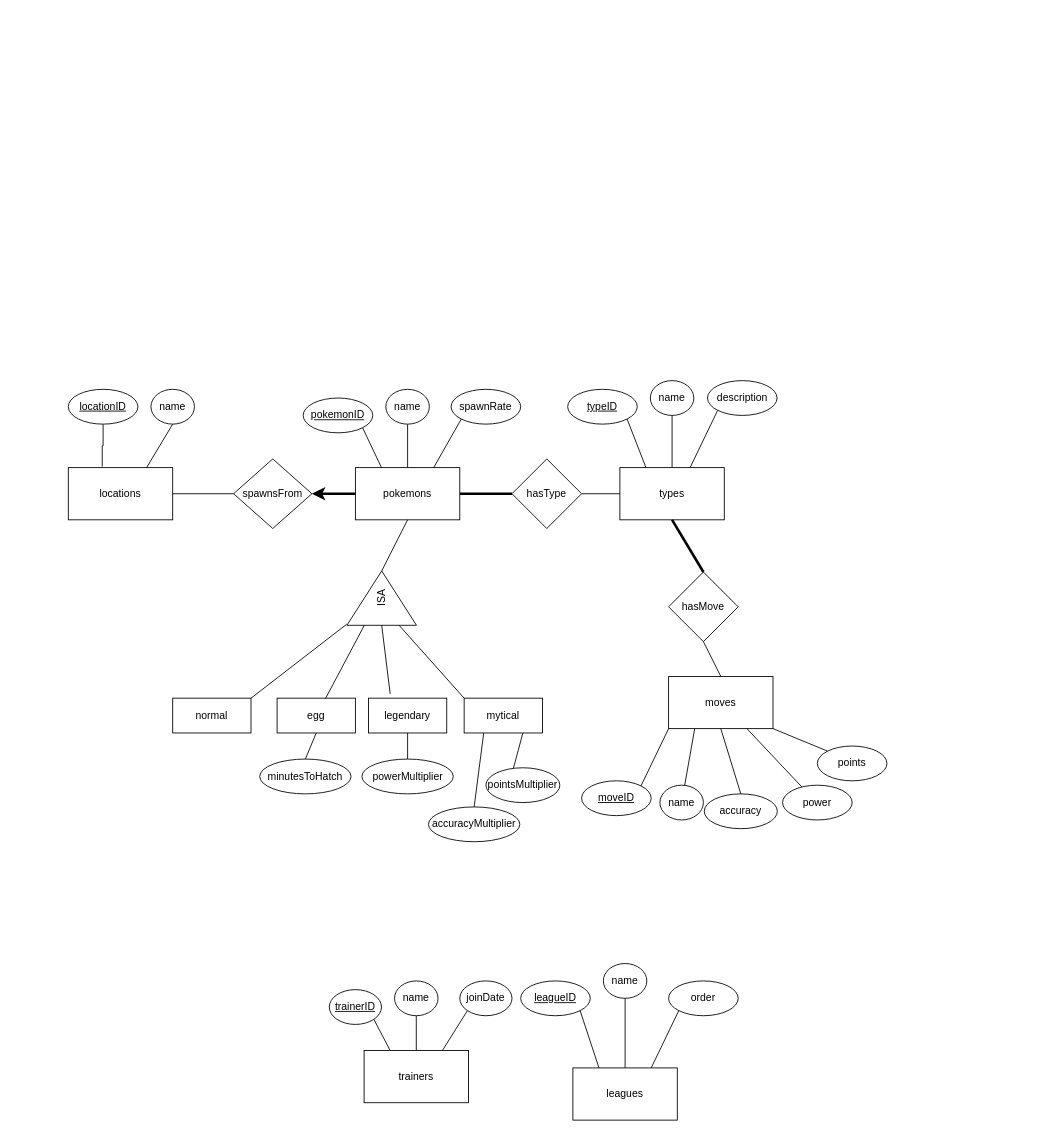
This is pokemonDB.drawio from apoionuz/ceng302, a draw.io file, before an edit. Source tidied: cells renumbered, new cells numbered last; positions are measured from the earlier drawing's top-left corner, leaving out a move shared by most shapes. Both pictures are drawn from the tidied source at 87%, with x=0, y=0 at pixel (68, 380).
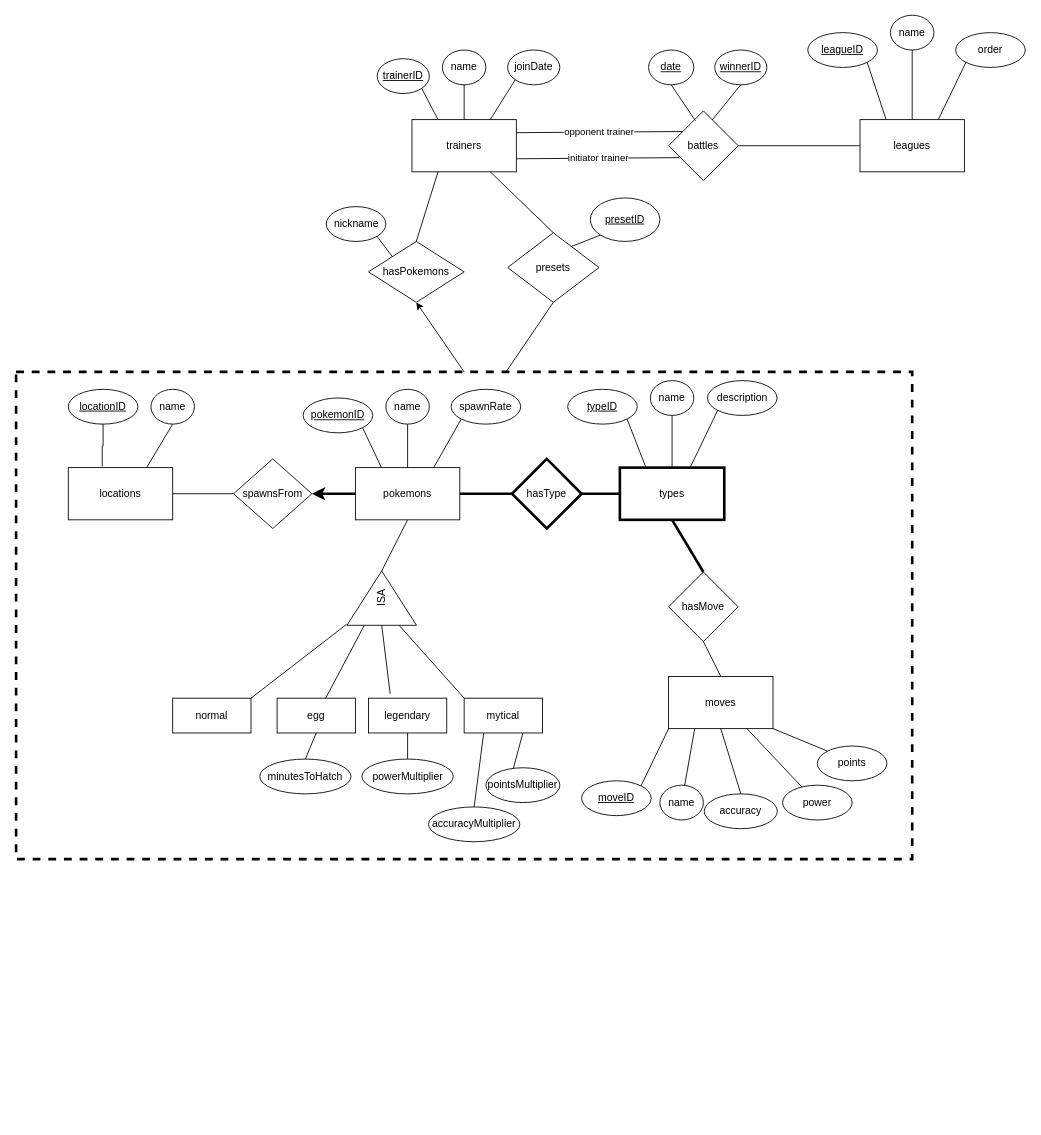
After the change.

Diff of the diagram source:
```diff
@@
     <mxCell id="2" value="trainers" style="rounded=0;whiteSpace=wrap;html=1;" parent="1" vertex="1">
-      <mxGeometry x="340" y="770" width="120" height="60" as="geometry" />
+      <mxGeometry x="395" y="-300" width="120" height="60" as="geometry" />
     </mxCell>
     <mxCell id="3" value="&lt;u&gt;trainerID&lt;/u&gt;" style="ellipse;whiteSpace=wrap;html=1;" parent="1" vertex="1">
-      <mxGeometry x="300" y="700" width="60" height="40" as="geometry" />
+      <mxGeometry x="355" y="-370" width="60" height="40" as="geometry" />
     </mxCell>
@@
     <mxCell id="6" value="name" style="ellipse;whiteSpace=wrap;html=1;" parent="1" vertex="1">
-      <mxGeometry x="375" y="690" width="50" height="40" as="geometry" />
+      <mxGeometry x="430" y="-380" width="50" height="40" as="geometry" />
     </mxCell>
     <mxCell id="7" value="joinDate" style="ellipse;whiteSpace=wrap;html=1;" parent="1" vertex="1">
-      <mxGeometry x="450" y="690" width="60" height="40" as="geometry" />
+      <mxGeometry x="505" y="-380" width="60" height="40" as="geometry" />
     </mxCell>
@@
     <mxCell id="16" value="leagues" style="rounded=0;whiteSpace=wrap;html=1;" parent="1" vertex="1">
-      <mxGeometry x="580" y="790" width="120" height="60" as="geometry" />
+      <mxGeometry x="910" y="-300" width="120" height="60" as="geometry" />
     </mxCell>
     <mxCell id="17" value="&lt;u&gt;leagueID&lt;/u&gt;" style="ellipse;whiteSpace=wrap;html=1;" parent="1" vertex="1">
-      <mxGeometry x="520" y="690" width="80" height="40" as="geometry" />
+      <mxGeometry x="850" y="-400" width="80" height="40" as="geometry" />
     </mxCell>
@@
     <mxCell id="20" value="name" style="ellipse;whiteSpace=wrap;html=1;" parent="1" vertex="1">
-      <mxGeometry x="615" y="670" width="50" height="40" as="geometry" />
+      <mxGeometry x="945" y="-420" width="50" height="40" as="geometry" />
     </mxCell>
     <mxCell id="21" value="order" style="ellipse;whiteSpace=wrap;html=1;" parent="1" vertex="1">
-      <mxGeometry x="690" y="690" width="80" height="40" as="geometry" />
+      <mxGeometry x="1020" y="-400" width="80" height="40" as="geometry" />
     </mxCell>
@@
-    <mxCell id="23" style="edgeStyle=orthogonalEdgeStyle;rounded=0;jettySize=auto;html=1;exitX=0;exitY=0.5;exitDx=0;exitDy=0;entryX=1;entryY=0.5;entryDx=0;entryDy=0;endArrow=none;endFill=0;" parent="1" edge="1" source="24" target="32">
+    <mxCell id="23" style="edgeStyle=orthogonalEdgeStyle;rounded=0;jettySize=auto;html=1;exitX=0;exitY=0.5;exitDx=0;exitDy=0;entryX=1;entryY=0.5;entryDx=0;entryDy=0;endArrow=none;endFill=0;strokeWidth=3;" parent="1" edge="1" source="24" target="32">
       <mxGeometry relative="1" as="geometry" />
     </mxCell>
-    <mxCell id="24" value="types" style="rounded=0;whiteSpace=wrap;html=1;" parent="1" vertex="1">
+    <mxCell id="24" value="types" style="rounded=0;whiteSpace=wrap;html=1;strokeWidth=3;" parent="1" vertex="1">
       <mxGeometry x="634" y="100" width="120" height="60" as="geometry" />
     </mxCell>
@@
-    <mxCell id="32" value="hasType" style="rhombus;whiteSpace=wrap;html=1;" parent="1" vertex="1">
+    <mxCell id="32" value="hasType" style="rhombus;whiteSpace=wrap;html=1;strokeWidth=3;" parent="1" vertex="1">
       <mxGeometry x="510" y="90" width="80" height="80" as="geometry" />
     </mxCell>
@@
+    <mxCell id="73" style="rounded=0;whiteSpace=wrap;html=1;strokeWidth=3;gradientColor=none;fillColor=none;fillStyle=auto;dashed=1;" parent="1" vertex="1">
+      <mxGeometry x="-60" y="-10" width="1030" height="560" as="geometry" />
+    </mxCell>
+    <mxCell id="74" value="hasPokemons" style="rhombus;whiteSpace=wrap;html=1;fillStyle=auto;strokeWidth=1;fillColor=none;gradientColor=none;" parent="1" vertex="1">
+      <mxGeometry x="345" y="-160" width="110" height="70" as="geometry" />
+    </mxCell>
+    <mxCell id="75" style="endArrow=classic;html=1;rounded=0;strokeWidth=1;entryX=0.5;entryY=1;entryDx=0;entryDy=0;exitX=0.5;exitY=0;exitDx=0;exitDy=0;endFill=1;" parent="1" edge="1" source="73" target="74">
+      <mxGeometry relative="1" as="geometry" />
+    </mxCell>
+    <mxCell id="76" style="endArrow=none;html=1;rounded=0;strokeWidth=1;entryX=0.5;entryY=0;entryDx=0;entryDy=0;exitX=0.25;exitY=1;exitDx=0;exitDy=0;" parent="1" edge="1" source="2" target="74">
+      <mxGeometry relative="1" as="geometry" />
+    </mxCell>
+    <mxCell id="77" value="nickname" style="ellipse;whiteSpace=wrap;html=1;fillStyle=auto;strokeWidth=1;fillColor=none;gradientColor=none;" parent="1" vertex="1">
+      <mxGeometry x="296.5" y="-200" width="68.5" height="40" as="geometry" />
+    </mxCell>
+    <mxCell id="78" style="endArrow=none;html=1;rounded=0;strokeWidth=1;entryX=1;entryY=1;entryDx=0;entryDy=0;exitX=0;exitY=0;exitDx=0;exitDy=0;" parent="1" edge="1" source="74" target="77">
+      <mxGeometry relative="1" as="geometry" />
+    </mxCell>
+    <mxCell id="79" value="presets" style="rhombus;whiteSpace=wrap;html=1;fillStyle=auto;strokeWidth=1;fillColor=none;gradientColor=none;" parent="1" vertex="1">
+      <mxGeometry x="505" y="-170" width="105" height="80" as="geometry" />
+    </mxCell>
+    <mxCell id="80" style="endArrow=none;html=1;rounded=0;strokeWidth=1;entryX=0.75;entryY=1;entryDx=0;entryDy=0;exitX=0.5;exitY=0;exitDx=0;exitDy=0;" parent="1" edge="1" source="79" target="2">
+      <mxGeometry relative="1" as="geometry" />
+    </mxCell>
+    <mxCell id="81" style="endArrow=none;html=1;rounded=0;strokeWidth=1;entryX=0.5;entryY=1;entryDx=0;entryDy=0;exitX=0.546;exitY=0.002;exitDx=0;exitDy=0;exitPerimeter=0;" parent="1" edge="1" source="73" target="79">
+      <mxGeometry relative="1" as="geometry" />
+    </mxCell>
+    <mxCell id="82" value="&lt;u&gt;presetID&lt;/u&gt;" style="ellipse;whiteSpace=wrap;html=1;fillStyle=auto;strokeWidth=1;fillColor=none;gradientColor=none;" parent="1" vertex="1">
+      <mxGeometry x="600" y="-210" width="80" height="50" as="geometry" />
+    </mxCell>
+    <mxCell id="83" style="endArrow=none;html=1;rounded=0;strokeWidth=1;entryX=0;entryY=1;entryDx=0;entryDy=0;exitX=0.695;exitY=0.2;exitDx=0;exitDy=0;exitPerimeter=0;" parent="1" edge="1" source="79" target="82">
+      <mxGeometry relative="1" as="geometry" />
+    </mxCell>
+    <mxCell id="84" value="battles" style="rhombus;whiteSpace=wrap;html=1;fillStyle=auto;strokeWidth=1;fillColor=none;gradientColor=none;" parent="1" vertex="1">
+      <mxGeometry x="690" y="-310" width="80" height="80" as="geometry" />
+    </mxCell>
+    <mxCell id="85" value="initiator trainer" style="endArrow=none;html=1;rounded=0;strokeWidth=1;entryX=1;entryY=0.75;entryDx=0;entryDy=0;exitX=0.158;exitY=0.671;exitDx=0;exitDy=0;exitPerimeter=0;" parent="1" edge="1" source="84" target="2">
+      <mxGeometry relative="1" as="geometry" />
+    </mxCell>
+    <mxCell id="86" value="opponent trainer" style="endArrow=none;html=1;rounded=0;strokeWidth=1;entryX=1;entryY=0.25;entryDx=0;entryDy=0;exitX=0.204;exitY=0.296;exitDx=0;exitDy=0;exitPerimeter=0;" parent="1" edge="1" source="84" target="2">
+      <mxGeometry relative="1" as="geometry" />
+    </mxCell>
+    <mxCell id="87" value="&lt;u&gt;date&lt;/u&gt;" style="ellipse;whiteSpace=wrap;html=1;fillStyle=auto;strokeWidth=1;fillColor=none;gradientColor=none;" parent="1" vertex="1">
+      <mxGeometry x="667" y="-380" width="52" height="40" as="geometry" />
+    </mxCell>
+    <mxCell id="88" value="&lt;u&gt;winnerID&lt;/u&gt;" style="ellipse;whiteSpace=wrap;html=1;fillStyle=auto;strokeWidth=1;fillColor=none;gradientColor=none;" parent="1" vertex="1">
+      <mxGeometry x="743" y="-380" width="60" height="40" as="geometry" />
+    </mxCell>
+    <mxCell id="89" style="endArrow=none;html=1;rounded=0;strokeWidth=1;exitX=1;exitY=0.5;exitDx=0;exitDy=0;entryX=0;entryY=0.5;entryDx=0;entryDy=0;" parent="1" edge="1" source="84" target="16">
+      <mxGeometry relative="1" as="geometry" />
+    </mxCell>
+    <mxCell id="90" style="endArrow=none;html=1;rounded=0;strokeWidth=1;entryX=0.385;entryY=0.142;entryDx=0;entryDy=0;entryPerimeter=0;exitX=0.5;exitY=1;exitDx=0;exitDy=0;" parent="1" edge="1" source="87" target="84">
+      <mxGeometry relative="1" as="geometry" />
+    </mxCell>
+    <mxCell id="91" style="endArrow=none;html=1;rounded=0;strokeWidth=1;exitX=0.625;exitY=0.131;exitDx=0;exitDy=0;exitPerimeter=0;entryX=0.5;entryY=1;entryDx=0;entryDy=0;" parent="1" edge="1" source="84" target="88">
+      <mxGeometry relative="1" as="geometry" />
+    </mxCell>
```
